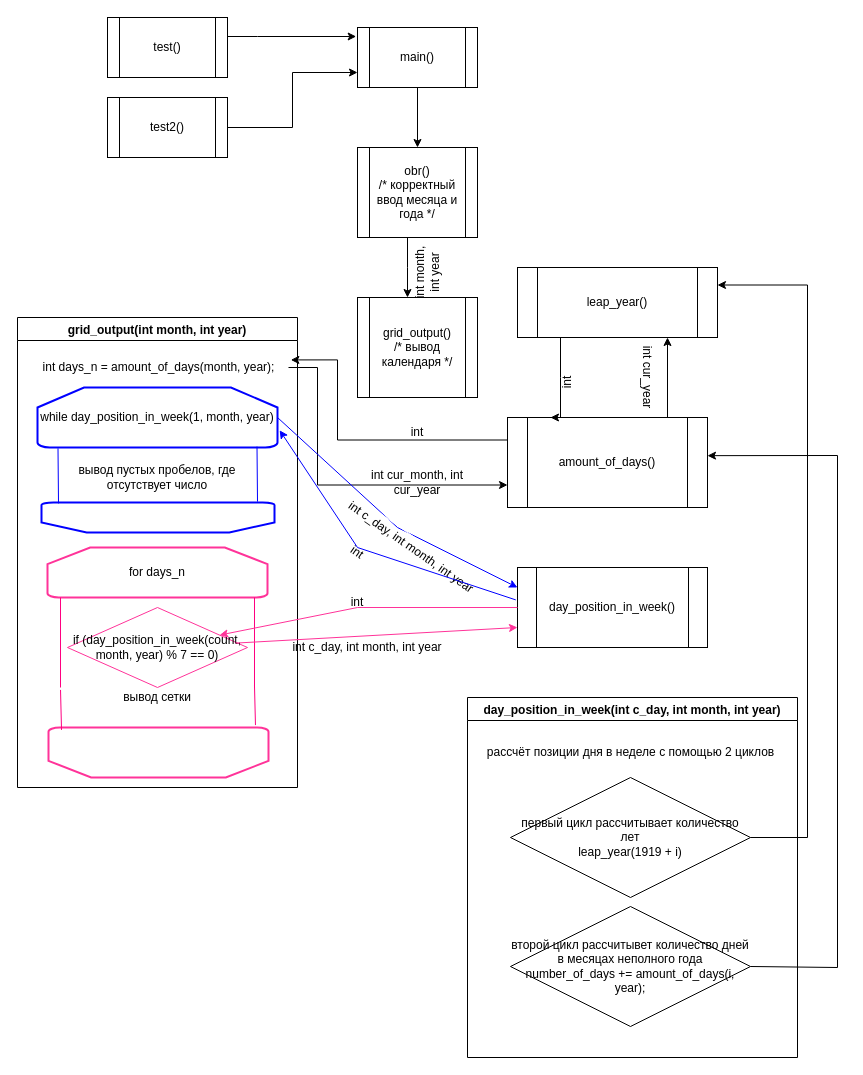
The draw.io diagram Схема архитектуры.drawio in HolyGamer4/working, before the edit. Source tidied: cells renumbered, new cells numbered last; positions are measured from the earlier drawing's top-left corner, leaving out a move shared by most shapes. Both pictures are drawn from the tidied source at 100%, with x=0, y=0 at pixel (17, 17).
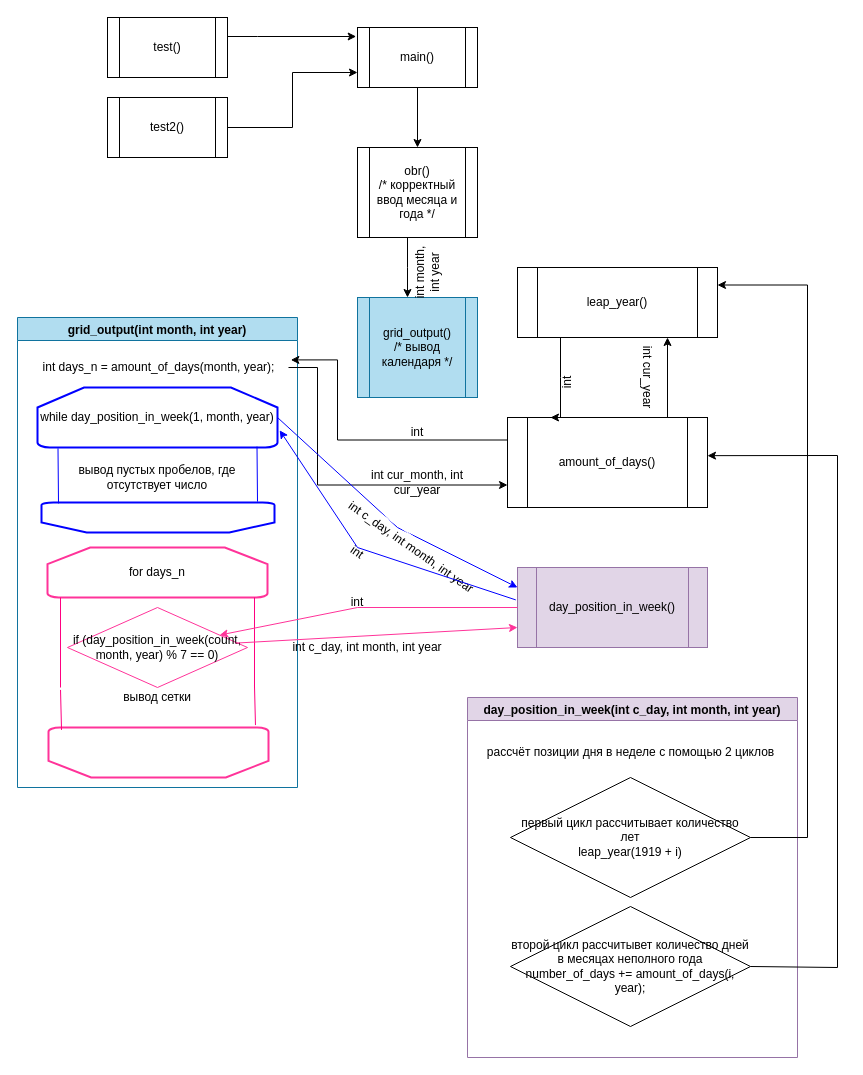
The same diagram, later.

Diff of the diagram source:
```diff
@@
-    <mxCell id="10" value="grid_output()&lt;br&gt;/* вывод календаря */" style="shape=process;whiteSpace=wrap;html=1;backgroundOutline=1;" parent="1" vertex="1">
+    <mxCell id="10" value="grid_output()&lt;br&gt;/* вывод календаря */" style="shape=process;whiteSpace=wrap;html=1;backgroundOutline=1;fillColor=#b1ddf0;strokeColor=#10739e;" parent="1" vertex="1">
       <mxGeometry x="340" y="280" width="120" height="100" as="geometry" />
     </mxCell>
@@
-    <mxCell id="12" value="grid_output(int month, int year)" style="swimlane;" parent="1" vertex="1">
+    <mxCell id="12" value="grid_output(int month, int year)" style="swimlane;fillColor=#b1ddf0;strokeColor=#10739e;" parent="1" vertex="1">
       <mxGeometry y="300" width="280" height="470" as="geometry" />
     </mxCell>
@@
-    <mxCell id="34" value="day_position_in_week()" style="shape=process;whiteSpace=wrap;html=1;backgroundOutline=1;strokeColor=#000000;" parent="1" vertex="1">
+    <mxCell id="34" value="day_position_in_week()" style="shape=process;whiteSpace=wrap;html=1;backgroundOutline=1;strokeColor=#9673a6;fillColor=#e1d5e7;" parent="1" vertex="1">
       <mxGeometry x="500" y="550" width="190" height="80" as="geometry" />
     </mxCell>
@@
-    <mxCell id="43" value="day_position_in_week(int c_day, int month, int year)" style="swimlane;" parent="1" vertex="1">
+    <mxCell id="43" value="day_position_in_week(int c_day, int month, int year)" style="swimlane;fillColor=#e1d5e7;strokeColor=#9673a6;" parent="1" vertex="1">
       <mxGeometry x="450" y="680" width="330" height="360" as="geometry" />
     </mxCell>
```
